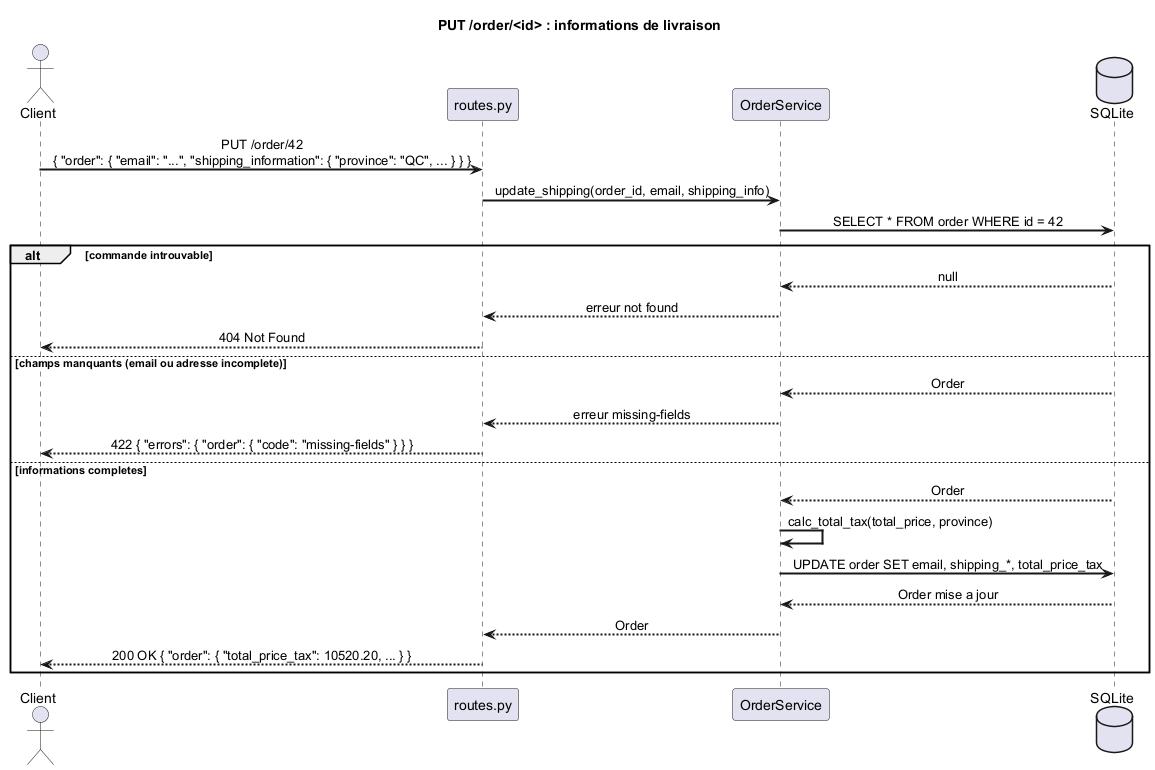
The PlantUML diagram docs/seq_05_put_shipping.png in but-yohan-carvalho/application-web, before a commit.
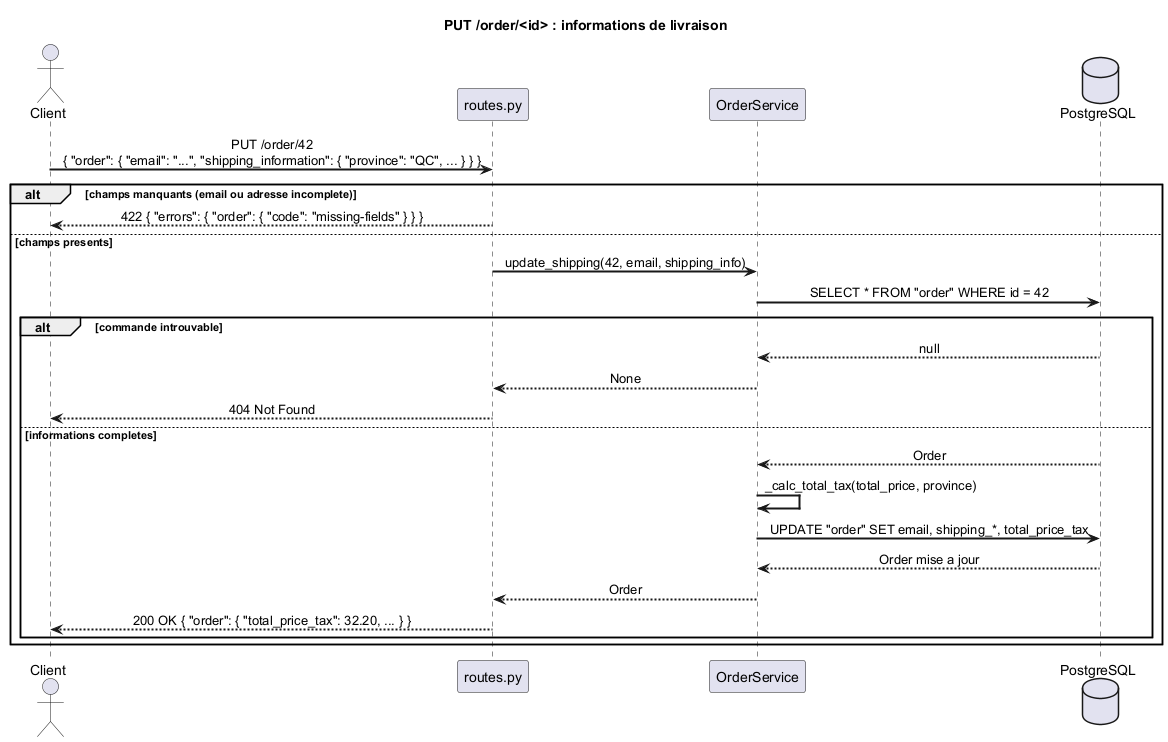
Above is the later version.

The edit, as a diff of the source:
```diff
@@ -9,29 +9,30 @@
 actor       Client
 participant "routes.py"    as Routes
 participant "OrderService" as OS
-database    "SQLite"       as DB
+database    "PostgreSQL"   as DB
 
 Client -> Routes : PUT /order/42\n{ "order": { "email": "...", "shipping_information": { "province": "QC", ... } } }
-Routes -> OS     : update_shipping(order_id, email, shipping_info)
-OS -> DB         : SELECT * FROM order WHERE id = 42
 
-alt commande introuvable
-    DB --> OS         : null
-    OS --> Routes     : erreur not found
-    Routes --> Client : 404 Not Found
-
-else champs manquants (email ou adresse incomplete)
-    DB --> OS         : Order
-    OS --> Routes     : erreur missing-fields
+alt champs manquants (email ou adresse incomplete)
     Routes --> Client : 422 { "errors": { "order": { "code": "missing-fields" } } }
 
-else informations completes
-    DB --> OS         : Order
-    OS -> OS          : calc_total_tax(total_price, province)
-    OS -> DB          : UPDATE order SET email, shipping_*, total_price_tax
-    DB --> OS         : Order mise a jour
-    OS --> Routes     : Order
-    Routes --> Client : 200 OK { "order": { "total_price_tax": 10520.20, ... } }
+else champs presents
+    Routes -> OS     : update_shipping(42, email, shipping_info)
+    OS -> DB         : SELECT * FROM "order" WHERE id = 42
+
+    alt commande introuvable
+        DB --> OS         : null
+        OS --> Routes     : None
+        Routes --> Client : 404 Not Found
+
+    else informations completes
+        DB --> OS         : Order
+        OS -> OS          : _calc_total_tax(total_price, province)
+        OS -> DB          : UPDATE "order" SET email, shipping_*, total_price_tax
+        DB --> OS         : Order mise a jour
+        OS --> Routes     : Order
+        Routes --> Client : 200 OK { "order": { "total_price_tax": 32.20, ... } }
+    end
 end
 
 @enduml
```
